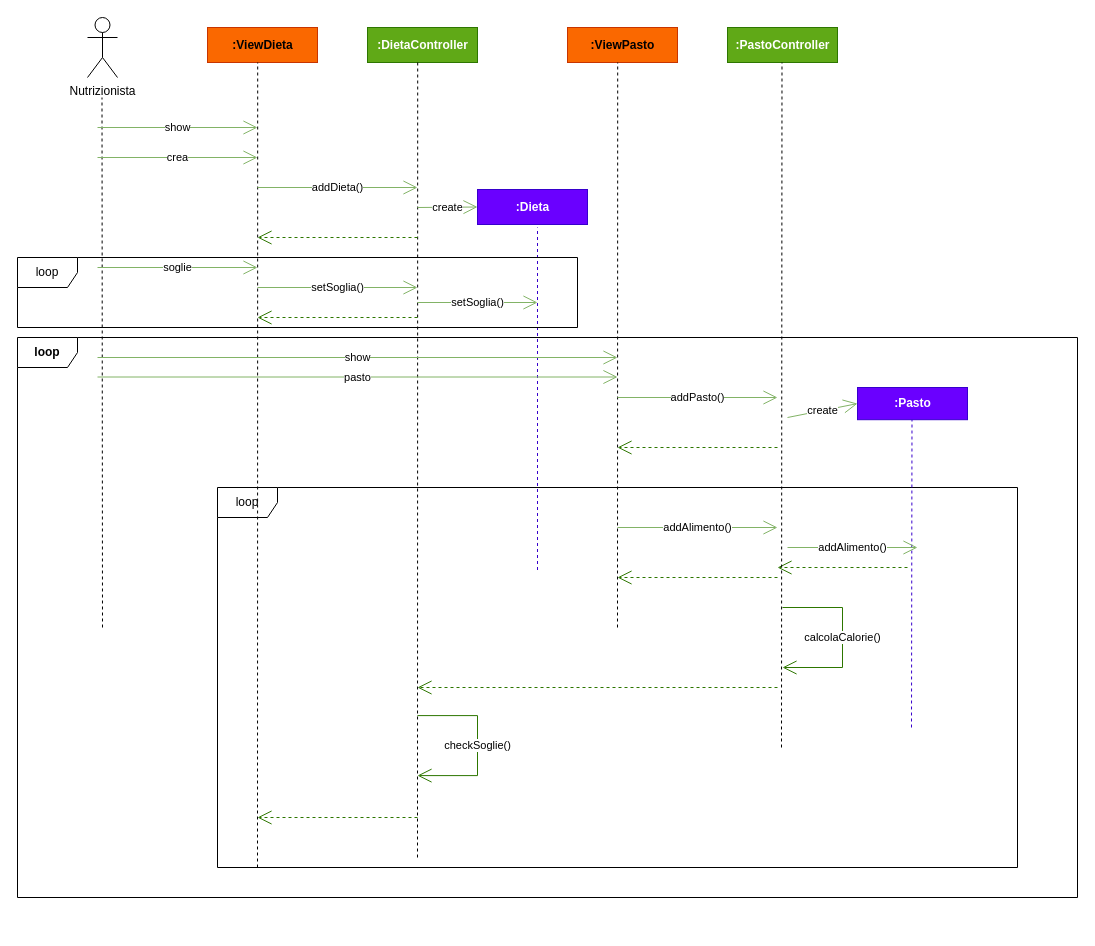
This is Interazioni/interazioneDieta.drawio from DeborohNoah/IngSoft, a draw.io file, before an edit. Source tidied: cells renumbered, new cells numbered last; positions are measured from the earlier drawing's top-left corner, leaving out a move shared by most shapes. Both pictures are drawn from the tidied source at 100%, with x=0, y=0 at pixel (17, 17).
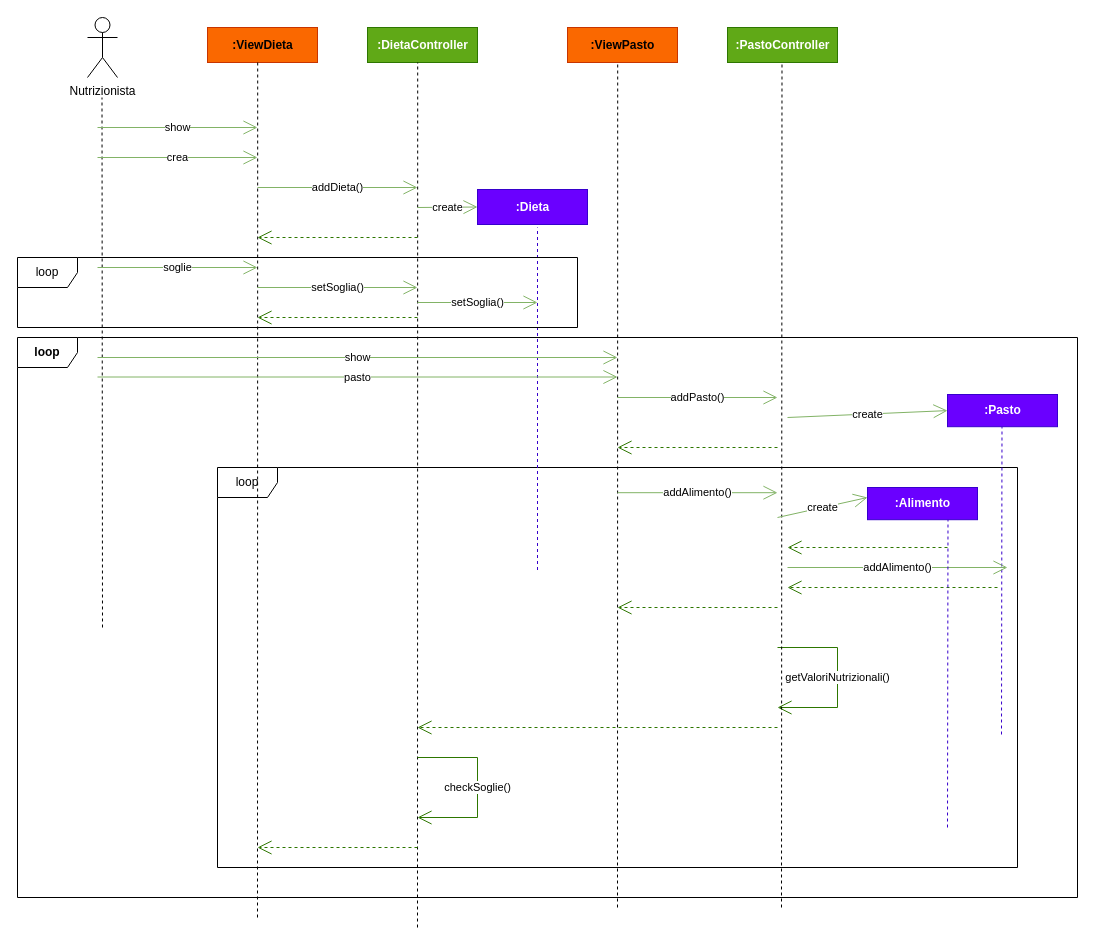
The same diagram, later.

Commit message:
corretto con creazione alimento

Change to the diagram source:
```diff
@@
     <mxCell id="3" value="loop" style="shape=umlFrame;whiteSpace=wrap;html=1;" parent="1" vertex="1">
-      <mxGeometry x="200" y="470" width="800" height="380" as="geometry" />
+      <mxGeometry x="200" y="450" width="800" height="400" as="geometry" />
     </mxCell>
@@
     <mxCell id="7" style="endArrow=none;html=1;rounded=0;dashed=1;" parent="1" edge="1">
       <mxGeometry relative="1" as="geometry">
-        <mxPoint x="240" y="850" as="sourcePoint" />
+        <mxPoint x="240" y="900" as="sourcePoint" />
         <mxPoint x="240.2" y="45" as="targetPoint" />
       </mxGeometry>
     </mxCell>
@@
     <mxCell id="11" style="endArrow=none;html=1;rounded=0;dashed=1;" parent="1" edge="1">
       <mxGeometry relative="1" as="geometry">
-        <mxPoint x="400" y="840" as="sourcePoint" />
+        <mxPoint x="400" y="910" as="sourcePoint" />
         <mxPoint x="400.2" y="45" as="targetPoint" />
       </mxGeometry>
     </mxCell>
@@
-    <mxCell id="21" style="group;" parent="1" vertex="1">
-      <mxGeometry x="840" y="370" width="150" height="340" as="geometry" />
-    </mxCell>
-    <mxCell id="22" value="&lt;b&gt;:Pasto&lt;/b&gt;" style="html=1;fillColor=#6a00ff;fontColor=#ffffff;strokeColor=#3700CC;" parent="21" vertex="1">
-      <mxGeometry width="110" height="32.2" as="geometry" />
-    </mxCell>
-    <mxCell id="23" style="endArrow=none;html=1;rounded=0;dashed=1;fillColor=#6a00ff;strokeColor=#3700CC;" parent="21" edge="1">
-      <mxGeometry relative="1" as="geometry">
-        <mxPoint x="54" y="340" as="sourcePoint" />
-        <mxPoint x="54.5" y="32.2" as="targetPoint" />
-      </mxGeometry>
-    </mxCell>
-    <mxCell id="24" value="addAlimento()" style="endArrow=open;endSize=12;html=1;rounded=0;fillColor=#d5e8d4;gradientColor=#97d077;strokeColor=#82b366;" parent="21" edge="1">
-      <mxGeometry relative="1" as="geometry">
-        <mxPoint x="-70" y="160" as="sourcePoint" />
-        <mxPoint x="60" y="160" as="targetPoint" />
-      </mxGeometry>
-    </mxCell>
-    <mxCell id="25" style="endArrow=open;endFill=1;endSize=12;html=1;rounded=0;fillColor=#60a917;strokeColor=#2D7600;dashed=1;" parent="21" edge="1">
-      <mxGeometry relative="1" as="geometry">
-        <mxPoint x="50" y="180" as="sourcePoint" />
-        <mxPoint x="-80" y="180" as="targetPoint" />
-      </mxGeometry>
-    </mxCell>
@@
     <mxCell id="28" style="endArrow=none;html=1;rounded=0;dashed=1;" parent="1" edge="1">
       <mxGeometry relative="1" as="geometry">
-        <mxPoint x="600" y="610" as="sourcePoint" />
+        <mxPoint x="600" y="890" as="sourcePoint" />
         <mxPoint x="600.2" y="45" as="targetPoint" />
       </mxGeometry>
     </mxCell>
@@
     <mxCell id="30" value="addAlimento()" style="endArrow=open;endSize=12;html=1;rounded=0;fillColor=#d5e8d4;gradientColor=#97d077;strokeColor=#82b366;" parent="1" edge="1">
       <mxGeometry relative="1" as="geometry">
-        <mxPoint x="600" y="510" as="sourcePoint" />
-        <mxPoint x="760" y="510" as="targetPoint" />
+        <mxPoint x="600" y="475.2" as="sourcePoint" />
+        <mxPoint x="760" y="475.2" as="targetPoint" />
       </mxGeometry>
     </mxCell>
@@
-    <mxCell id="32" value="calcolaCalorie()" style="endArrow=open;endFill=1;endSize=12;html=1;rounded=0;fillColor=#60a917;strokeColor=#2D7600;" parent="1" edge="1">
+    <mxCell id="32" value="getValoriNutrizionali()" style="endArrow=open;endFill=1;endSize=12;html=1;rounded=0;fillColor=#60a917;strokeColor=#2D7600;" parent="1" edge="1">
       <mxGeometry relative="1" as="geometry">
-        <mxPoint x="765" y="590" as="sourcePoint" />
-        <mxPoint x="765" y="650" as="targetPoint" />
+        <mxPoint x="760" y="630" as="sourcePoint" />
+        <mxPoint x="760" y="690" as="targetPoint" />
         <Array as="points">
-          <mxPoint x="825" y="590" />
-          <mxPoint x="825" y="650" />
+          <mxPoint x="820" y="630" />
+          <mxPoint x="820" y="690" />
         </Array>
       </mxGeometry>
     </mxCell>
     <mxCell id="33" style="endArrow=open;endFill=1;endSize=12;html=1;rounded=0;fillColor=#60a917;strokeColor=#2D7600;dashed=1;" parent="1" edge="1">
       <mxGeometry relative="1" as="geometry">
-        <mxPoint x="400" y="800" as="sourcePoint" />
-        <mxPoint x="240" y="800" as="targetPoint" />
+        <mxPoint x="400" y="830" as="sourcePoint" />
+        <mxPoint x="240" y="830" as="targetPoint" />
       </mxGeometry>
     </mxCell>
@@
     <mxCell id="36" style="endArrow=none;html=1;rounded=0;dashed=1;" parent="1" edge="1">
       <mxGeometry relative="1" as="geometry">
-        <mxPoint x="764" y="730" as="sourcePoint" />
+        <mxPoint x="764" y="890" as="sourcePoint" />
         <mxPoint x="764.5" y="45" as="targetPoint" />
       </mxGeometry>
     </mxCell>
@@
     <mxCell id="39" style="endArrow=open;endFill=1;endSize=12;html=1;rounded=0;fillColor=#60a917;strokeColor=#2D7600;dashed=1;" parent="1" edge="1">
       <mxGeometry relative="1" as="geometry">
-        <mxPoint x="760" y="560" as="sourcePoint" />
-        <mxPoint x="600" y="560" as="targetPoint" />
+        <mxPoint x="760" y="590" as="sourcePoint" />
+        <mxPoint x="600" y="590" as="targetPoint" />
         <Array as="points">
-          <mxPoint x="670" y="560" />
+          <mxPoint x="670" y="590" />
         </Array>
       </mxGeometry>
     </mxCell>
     <mxCell id="40" style="endArrow=open;endFill=1;endSize=12;html=1;rounded=0;fillColor=#60a917;strokeColor=#2D7600;dashed=1;" parent="1" edge="1">
       <mxGeometry relative="1" as="geometry">
-        <mxPoint x="760" y="670" as="sourcePoint" />
-        <mxPoint x="400" y="670" as="targetPoint" />
+        <mxPoint x="760" y="710" as="sourcePoint" />
+        <mxPoint x="400" y="710" as="targetPoint" />
         <Array as="points">
-          <mxPoint x="670" y="670" />
+          <mxPoint x="670" y="710" />
         </Array>
       </mxGeometry>
     </mxCell>
     <mxCell id="41" value="checkSoglie()" style="endArrow=open;endFill=1;endSize=12;html=1;rounded=0;fillColor=#60a917;strokeColor=#2D7600;" parent="1" edge="1">
       <mxGeometry relative="1" as="geometry">
-        <mxPoint x="400" y="698.1" as="sourcePoint" />
-        <mxPoint x="400" y="758.1" as="targetPoint" />
+        <mxPoint x="400" y="740" as="sourcePoint" />
+        <mxPoint x="400" y="800" as="targetPoint" />
         <Array as="points">
-          <mxPoint x="460" y="698.1" />
-          <mxPoint x="460" y="758.1" />
+          <mxPoint x="460" y="740" />
+          <mxPoint x="460" y="800" />
         </Array>
       </mxGeometry>
     </mxCell>
+    <mxCell id="22" value="&lt;b&gt;:Pasto&lt;/b&gt;" style="html=1;fillColor=#6a00ff;fontColor=#ffffff;strokeColor=#3700CC;" parent="1" vertex="1">
+      <mxGeometry x="930" y="377" width="110" height="32.2" as="geometry" />
+    </mxCell>
+    <mxCell id="23" style="endArrow=none;html=1;rounded=0;dashed=1;fillColor=#6a00ff;strokeColor=#3700CC;" parent="1" edge="1">
+      <mxGeometry relative="1" as="geometry">
+        <mxPoint x="984" y="717" as="sourcePoint" />
+        <mxPoint x="984.5" y="409.2" as="targetPoint" />
+      </mxGeometry>
+    </mxCell>
+    <mxCell id="24" value="addAlimento()" style="endArrow=open;endSize=12;html=1;rounded=0;fillColor=#d5e8d4;gradientColor=#97d077;strokeColor=#82b366;" parent="1" edge="1">
+      <mxGeometry relative="1" as="geometry">
+        <mxPoint x="770" y="550" as="sourcePoint" />
+        <mxPoint x="990" y="550" as="targetPoint" />
+      </mxGeometry>
+    </mxCell>
+    <mxCell id="25" style="endArrow=open;endFill=1;endSize=12;html=1;rounded=0;fillColor=#60a917;strokeColor=#2D7600;dashed=1;" parent="1" edge="1">
+      <mxGeometry relative="1" as="geometry">
+        <mxPoint x="980" y="570" as="sourcePoint" />
+        <mxPoint x="770" y="570" as="targetPoint" />
+      </mxGeometry>
+    </mxCell>
+    <mxCell id="42" value="&lt;b&gt;:Alimento&lt;/b&gt;" style="html=1;fillColor=#6a00ff;fontColor=#ffffff;strokeColor=#3700CC;" parent="1" vertex="1">
+      <mxGeometry x="850" y="470" width="110" height="32.2" as="geometry" />
+    </mxCell>
+    <mxCell id="43" style="endArrow=none;html=1;rounded=0;dashed=1;fillColor=#6a00ff;strokeColor=#3700CC;" parent="1" edge="1">
+      <mxGeometry relative="1" as="geometry">
+        <mxPoint x="930" y="810" as="sourcePoint" />
+        <mxPoint x="930.5" y="502.2" as="targetPoint" />
+      </mxGeometry>
+    </mxCell>
+    <mxCell id="44" value="create" style="endArrow=open;endSize=12;html=1;rounded=0;fillColor=#d5e8d4;gradientColor=#97d077;strokeColor=#82b366;" parent="1" edge="1">
+      <mxGeometry relative="1" as="geometry">
+        <mxPoint x="760" y="500" as="sourcePoint" />
+        <mxPoint x="850" y="480" as="targetPoint" />
+      </mxGeometry>
+    </mxCell>
+    <mxCell id="45" style="endArrow=open;endFill=1;endSize=12;html=1;rounded=0;fillColor=#60a917;strokeColor=#2D7600;dashed=1;" parent="1" edge="1">
+      <mxGeometry relative="1" as="geometry">
+        <mxPoint x="930" y="530" as="sourcePoint" />
+        <mxPoint x="770" y="530" as="targetPoint" />
+        <Array as="points">
+          <mxPoint x="840" y="530" />
+        </Array>
+      </mxGeometry>
+    </mxCell>
```
